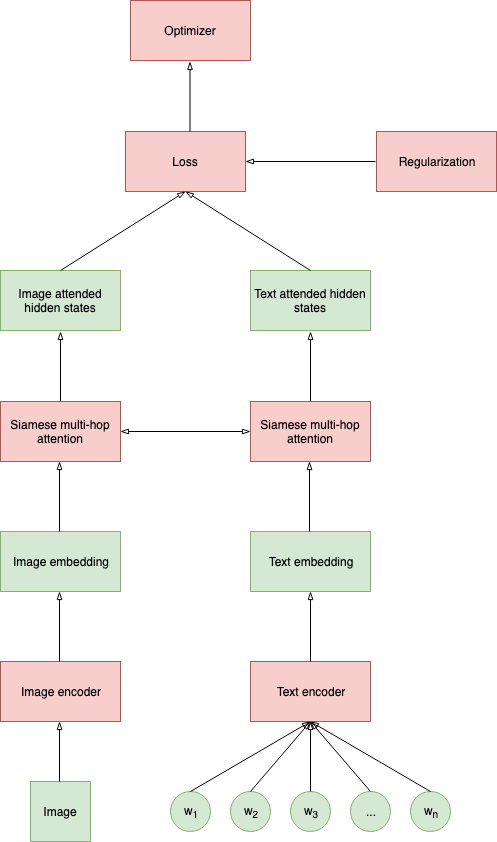
Above: Images/full_model.png in gorjanradevski/Master-thesis (draw.io), before the change. Source tidied: cells renumbered, new cells last; positions are measured from the earlier drawing's top-left corner, leaving out a move shared by most shapes. The source it was exported from:
```xml
<mxGraphModel>
  <root>
    <mxCell id="0" />
    <mxCell id="1" parent="0" />
    <mxCell id="2" value="Text encoder" style="rounded=0;whiteSpace=wrap;html=1;fillColor=#f8cecc;strokeColor=#b85450;" parent="1" vertex="1">
      <mxGeometry x="250" y="661" width="120" height="60" as="geometry" />
    </mxCell>
    <mxCell id="3" value="w&lt;sub&gt;1&lt;/sub&gt;" style="ellipse;whiteSpace=wrap;html=1;fillColor=#d5e8d4;strokeColor=#82b366;" parent="1" vertex="1">
      <mxGeometry x="170" y="791" width="40" height="40" as="geometry" />
    </mxCell>
    <mxCell id="4" value="w&lt;sub&gt;2&lt;/sub&gt;" style="ellipse;whiteSpace=wrap;html=1;fillColor=#d5e8d4;strokeColor=#82b366;" parent="1" vertex="1">
      <mxGeometry x="230" y="791" width="40" height="40" as="geometry" />
    </mxCell>
    <mxCell id="5" value="w&lt;sub&gt;3&lt;/sub&gt;" style="ellipse;whiteSpace=wrap;html=1;fillColor=#d5e8d4;strokeColor=#82b366;" parent="1" vertex="1">
      <mxGeometry x="290" y="791" width="40" height="40" as="geometry" />
    </mxCell>
    <mxCell id="6" value="..." style="ellipse;whiteSpace=wrap;html=1;fillColor=#d5e8d4;strokeColor=#82b366;" parent="1" vertex="1">
      <mxGeometry x="350" y="791" width="40" height="40" as="geometry" />
    </mxCell>
    <mxCell id="7" value="w&lt;sub&gt;n&lt;/sub&gt;" style="ellipse;whiteSpace=wrap;html=1;fillColor=#d5e8d4;strokeColor=#82b366;" parent="1" vertex="1">
      <mxGeometry x="410" y="791" width="40" height="40" as="geometry" />
    </mxCell>
    <mxCell id="8" style="endArrow=blockThin;html=1;entryX=0.5;entryY=1;entryDx=0;entryDy=0;exitX=0.5;exitY=0;exitDx=0;exitDy=0;endFill=0;" parent="1" edge="1" source="3" target="2">
      <mxGeometry relative="1" as="geometry" />
    </mxCell>
    <mxCell id="9" style="endArrow=blockThin;html=1;entryX=0.5;entryY=1;entryDx=0;entryDy=0;exitX=0.5;exitY=0;exitDx=0;exitDy=0;endFill=0;" parent="1" edge="1" source="4" target="2">
      <mxGeometry relative="1" as="geometry" />
    </mxCell>
    <mxCell id="10" style="endArrow=blockThin;html=1;entryX=0.5;entryY=1;entryDx=0;entryDy=0;endFill=0;" parent="1" edge="1" source="5" target="2">
      <mxGeometry relative="1" as="geometry" />
    </mxCell>
    <mxCell id="11" style="endArrow=blockThin;html=1;entryX=0.5;entryY=1;entryDx=0;entryDy=0;exitX=0.5;exitY=0;exitDx=0;exitDy=0;endFill=0;" parent="1" edge="1" source="6" target="2">
      <mxGeometry relative="1" as="geometry" />
    </mxCell>
    <mxCell id="12" style="endArrow=blockThin;html=1;entryX=0.5;entryY=1;entryDx=0;entryDy=0;exitX=0.5;exitY=0;exitDx=0;exitDy=0;endFill=0;" parent="1" edge="1" source="7" target="2">
      <mxGeometry relative="1" as="geometry" />
    </mxCell>
    <mxCell id="13" value="Image" style="whiteSpace=wrap;html=1;fillColor=#d5e8d4;strokeColor=#82b366;" parent="1" vertex="1">
      <mxGeometry x="30" y="781" width="60" height="60" as="geometry" />
    </mxCell>
    <mxCell id="14" value="Image encoder" style="rounded=0;whiteSpace=wrap;html=1;fillColor=#f8cecc;strokeColor=#b85450;" parent="1" vertex="1">
      <mxGeometry y="661" width="120" height="60" as="geometry" />
    </mxCell>
    <mxCell id="15" style="endArrow=blockThin;html=1;entryX=0.5;entryY=1;entryDx=0;entryDy=0;endFill=0;" parent="1" edge="1">
      <mxGeometry relative="1" as="geometry">
        <mxPoint x="59" y="781" as="sourcePoint" />
        <mxPoint x="59" y="721" as="targetPoint" />
      </mxGeometry>
    </mxCell>
    <mxCell id="16" style="endArrow=blockThin;html=1;entryX=0.5;entryY=1;entryDx=0;entryDy=0;endFill=0;" parent="1" edge="1">
      <mxGeometry relative="1" as="geometry">
        <mxPoint x="310" y="661" as="sourcePoint" />
        <mxPoint x="310" y="591" as="targetPoint" />
      </mxGeometry>
    </mxCell>
    <mxCell id="17" style="endArrow=blockThin;html=1;entryX=0.5;entryY=1;entryDx=0;entryDy=0;endFill=0;" parent="1" edge="1">
      <mxGeometry relative="1" as="geometry">
        <mxPoint x="59" y="661" as="sourcePoint" />
        <mxPoint x="59" y="591" as="targetPoint" />
      </mxGeometry>
    </mxCell>
    <mxCell id="18" value="Siamese multi-hop attention" style="rounded=0;whiteSpace=wrap;html=1;fillColor=#f8cecc;strokeColor=#b85450;" parent="1" vertex="1">
      <mxGeometry y="401" width="120" height="60" as="geometry" />
    </mxCell>
    <mxCell id="19" value="Siamese multi-hop attention" style="rounded=0;whiteSpace=wrap;html=1;fillColor=#f8cecc;strokeColor=#b85450;" parent="1" vertex="1">
      <mxGeometry x="250" y="401" width="120" height="60" as="geometry" />
    </mxCell>
    <mxCell id="20" value="Image embedding" style="rounded=0;whiteSpace=wrap;html=1;fillColor=#d5e8d4;strokeColor=#82b366;" parent="1" vertex="1">
      <mxGeometry y="531" width="120" height="60" as="geometry" />
    </mxCell>
    <mxCell id="21" value="Text embedding" style="rounded=0;whiteSpace=wrap;html=1;fillColor=#d5e8d4;strokeColor=#82b366;" parent="1" vertex="1">
      <mxGeometry x="250" y="531" width="120" height="60" as="geometry" />
    </mxCell>
    <mxCell id="22" style="endArrow=blockThin;html=1;entryX=0.5;entryY=1;entryDx=0;entryDy=0;endFill=0;" parent="1" edge="1">
      <mxGeometry relative="1" as="geometry">
        <mxPoint x="59" y="531" as="sourcePoint" />
        <mxPoint x="59" y="461" as="targetPoint" />
      </mxGeometry>
    </mxCell>
    <mxCell id="23" style="endArrow=blockThin;html=1;entryX=0.5;entryY=1;entryDx=0;entryDy=0;endFill=0;" parent="1" edge="1">
      <mxGeometry relative="1" as="geometry">
        <mxPoint x="309" y="531" as="sourcePoint" />
        <mxPoint x="309" y="461" as="targetPoint" />
      </mxGeometry>
    </mxCell>
    <mxCell id="24" style="endArrow=blockThin;startArrow=blockThin;html=1;entryX=0;entryY=0.5;entryDx=0;entryDy=0;exitX=1;exitY=0.5;exitDx=0;exitDy=0;endFill=0;startFill=0;" parent="1" edge="1" source="18" target="19">
      <mxGeometry relative="1" as="geometry" />
    </mxCell>
    <mxCell id="25" value="Image attended hidden states" style="rounded=0;whiteSpace=wrap;html=1;fillColor=#d5e8d4;strokeColor=#82b366;" parent="1" vertex="1">
      <mxGeometry y="270" width="120" height="60" as="geometry" />
    </mxCell>
    <mxCell id="26" value="Text attended hidden states" style="rounded=0;whiteSpace=wrap;html=1;fillColor=#d5e8d4;strokeColor=#82b366;" parent="1" vertex="1">
      <mxGeometry x="250" y="270" width="120" height="60" as="geometry" />
    </mxCell>
    <mxCell id="27" style="endArrow=blockThin;html=1;entryX=0.5;entryY=1;entryDx=0;entryDy=0;endFill=0;" parent="1" edge="1">
      <mxGeometry relative="1" as="geometry">
        <mxPoint x="60" y="401" as="sourcePoint" />
        <mxPoint x="60" y="331" as="targetPoint" />
      </mxGeometry>
    </mxCell>
    <mxCell id="28" style="endArrow=blockThin;html=1;entryX=0.5;entryY=1;entryDx=0;entryDy=0;endFill=0;" parent="1" edge="1">
      <mxGeometry relative="1" as="geometry">
        <mxPoint x="310" y="401" as="sourcePoint" />
        <mxPoint x="310" y="331" as="targetPoint" />
      </mxGeometry>
    </mxCell>
    <mxCell id="29" value="Loss" style="rounded=0;whiteSpace=wrap;html=1;fillColor=#f8cecc;strokeColor=#b85450;" parent="1" vertex="1">
      <mxGeometry x="125" y="131" width="120" height="60" as="geometry" />
    </mxCell>
    <mxCell id="30" style="endArrow=blockThin;html=1;entryX=0.5;entryY=1;entryDx=0;entryDy=0;exitX=0.5;exitY=0;exitDx=0;exitDy=0;endFill=0;" parent="1" edge="1" source="25" target="29">
      <mxGeometry relative="1" as="geometry" />
    </mxCell>
    <mxCell id="31" style="endArrow=blockThin;html=1;entryX=0.5;entryY=1;entryDx=0;entryDy=0;exitX=0.5;exitY=0;exitDx=0;exitDy=0;endFill=0;" parent="1" edge="1" source="26" target="29">
      <mxGeometry relative="1" as="geometry" />
    </mxCell>
    <mxCell id="32" value="Regularization" style="rounded=0;whiteSpace=wrap;html=1;fillColor=#f8cecc;strokeColor=#b85450;" parent="1" vertex="1">
      <mxGeometry x="376" y="131" width="120" height="60" as="geometry" />
    </mxCell>
    <mxCell id="33" value="Optimizer" style="rounded=0;whiteSpace=wrap;html=1;fillColor=#f8cecc;strokeColor=#b85450;" parent="1" vertex="1">
      <mxGeometry x="130" width="120" height="60" as="geometry" />
    </mxCell>
    <mxCell id="34" style="endArrow=blockThin;html=1;entryX=0.5;entryY=1;entryDx=0;entryDy=0;endFill=0;" parent="1" edge="1">
      <mxGeometry relative="1" as="geometry">
        <mxPoint x="189.5" y="131" as="sourcePoint" />
        <mxPoint x="189.5" y="61" as="targetPoint" />
      </mxGeometry>
    </mxCell>
    <mxCell id="35" style="endArrow=none;startArrow=blockThin;html=1;entryX=0;entryY=0.5;entryDx=0;entryDy=0;exitX=1;exitY=0.5;exitDx=0;exitDy=0;endFill=0;startFill=0;" parent="1" edge="1">
      <mxGeometry relative="1" as="geometry">
        <mxPoint x="245" y="161" as="sourcePoint" />
        <mxPoint x="375" y="161" as="targetPoint" />
      </mxGeometry>
    </mxCell>
  </root>
</mxGraphModel>
```
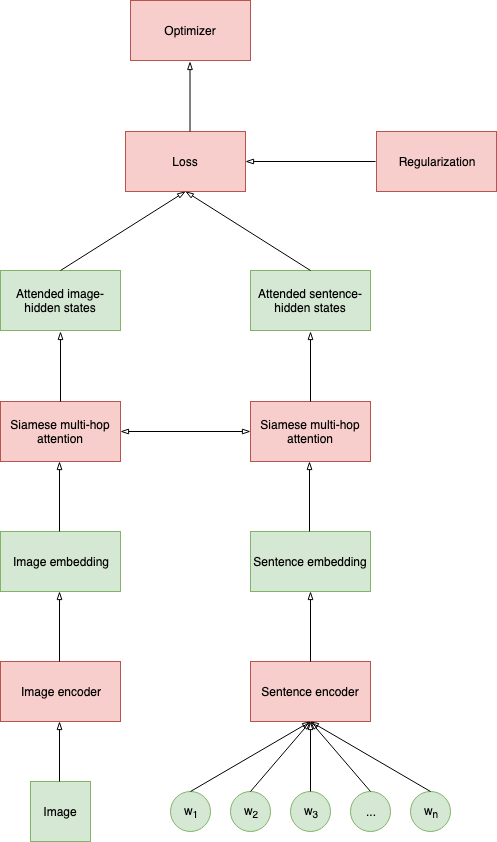
The same file after the commit.

The edit, as a diff of the source:
```diff
@@ -2,7 +2,7 @@
   <root>
     <mxCell id="0" />
     <mxCell id="1" parent="0" />
-    <mxCell id="2" value="Text encoder" style="rounded=0;whiteSpace=wrap;html=1;fillColor=#f8cecc;strokeColor=#b85450;" parent="1" vertex="1">
+    <mxCell id="2" value="Sentence encoder" style="rounded=0;whiteSpace=wrap;html=1;fillColor=#f8cecc;strokeColor=#b85450;" parent="1" vertex="1">
       <mxGeometry x="250" y="661" width="120" height="60" as="geometry" />
     </mxCell>
     <mxCell id="3" value="w&lt;sub&gt;1&lt;/sub&gt;" style="ellipse;whiteSpace=wrap;html=1;fillColor=#d5e8d4;strokeColor=#82b366;" parent="1" vertex="1">
@@ -68,7 +68,7 @@
     <mxCell id="20" value="Image embedding" style="rounded=0;whiteSpace=wrap;html=1;fillColor=#d5e8d4;strokeColor=#82b366;" parent="1" vertex="1">
       <mxGeometry y="531" width="120" height="60" as="geometry" />
     </mxCell>
-    <mxCell id="21" value="Text embedding" style="rounded=0;whiteSpace=wrap;html=1;fillColor=#d5e8d4;strokeColor=#82b366;" parent="1" vertex="1">
+    <mxCell id="21" value="Sentence embedding" style="rounded=0;whiteSpace=wrap;html=1;fillColor=#d5e8d4;strokeColor=#82b366;" parent="1" vertex="1">
       <mxGeometry x="250" y="531" width="120" height="60" as="geometry" />
     </mxCell>
     <mxCell id="22" style="endArrow=blockThin;html=1;entryX=0.5;entryY=1;entryDx=0;entryDy=0;endFill=0;" parent="1" edge="1">
@@ -86,10 +86,10 @@
     <mxCell id="24" style="endArrow=blockThin;startArrow=blockThin;html=1;entryX=0;entryY=0.5;entryDx=0;entryDy=0;exitX=1;exitY=0.5;exitDx=0;exitDy=0;endFill=0;startFill=0;" parent="1" edge="1" source="18" target="19">
       <mxGeometry relative="1" as="geometry" />
     </mxCell>
-    <mxCell id="25" value="Image attended hidden states" style="rounded=0;whiteSpace=wrap;html=1;fillColor=#d5e8d4;strokeColor=#82b366;" parent="1" vertex="1">
+    <mxCell id="25" value="Attended image-hidden states" style="rounded=0;whiteSpace=wrap;html=1;fillColor=#d5e8d4;strokeColor=#82b366;" parent="1" vertex="1">
       <mxGeometry y="270" width="120" height="60" as="geometry" />
     </mxCell>
-    <mxCell id="26" value="Text attended hidden states" style="rounded=0;whiteSpace=wrap;html=1;fillColor=#d5e8d4;strokeColor=#82b366;" parent="1" vertex="1">
+    <mxCell id="26" value="Attended sentence-hidden states" style="rounded=0;whiteSpace=wrap;html=1;fillColor=#d5e8d4;strokeColor=#82b366;" parent="1" vertex="1">
       <mxGeometry x="250" y="270" width="120" height="60" as="geometry" />
     </mxCell>
     <mxCell id="27" style="endArrow=blockThin;html=1;entryX=0.5;entryY=1;entryDx=0;entryDy=0;endFill=0;" parent="1" edge="1">
```
